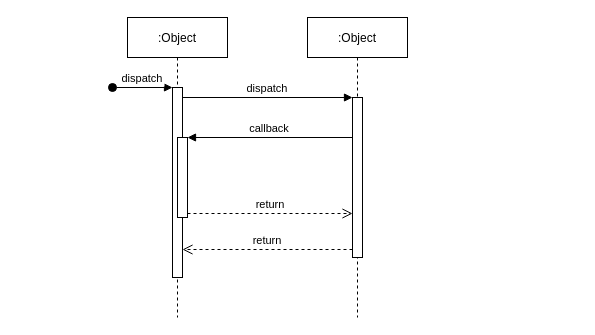
Earlier version of the draw.io diagram frontend/Untitled Diagram.drawio (wliang989/SpringBoot-Vue-SimpleDemo). Source tidied: cells renumbered, new cells numbered last; positions are measured from the earlier drawing's top-left corner, leaving out a move shared by most shapes. Both pictures are drawn from the tidied source at 100%, with x=0, y=0 at pixel (112, 17).
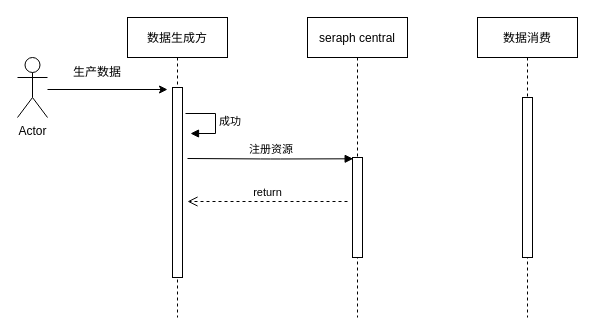
After the change.

Unchanged cells that the change refers to:
```xml
<mxCell id="3" style="points=[];perimeter=orthogonalPerimeter;rounded=0;shadow=0;strokeWidth=1;" parent="2" vertex="1">
  <mxGeometry x="45" y="70" width="10" height="190" as="geometry" />
</mxCell>
```

Change to the diagram source:
```diff
@@
-    <mxCell id="2" value=":Object" style="shape=umlLifeline;perimeter=lifelinePerimeter;rounded=0;shadow=0;strokeWidth=1;" parent="1" vertex="1">
+    <mxCell id="2" value="数据生成方" style="shape=umlLifeline;perimeter=lifelinePerimeter;rounded=0;shadow=0;strokeWidth=1;" parent="1" vertex="1">
       <mxGeometry x="15" width="100" height="300" as="geometry" />
     </mxCell>
@@
-    <mxCell id="4" value="dispatch" style="verticalAlign=bottom;startArrow=oval;endArrow=block;startSize=8;shadow=0;strokeWidth=1;" parent="2" edge="1" target="3">
-      <mxGeometry relative="1" as="geometry">
-        <mxPoint x="-15" y="70" as="sourcePoint" />
-      </mxGeometry>
-    </mxCell>
-    <mxCell id="5" style="points=[];perimeter=orthogonalPerimeter;rounded=0;shadow=0;strokeWidth=1;" parent="2" vertex="1">
-      <mxGeometry x="50" y="120" width="10" height="80" as="geometry" />
-    </mxCell>
-    <mxCell id="6" value=":Object" style="shape=umlLifeline;perimeter=lifelinePerimeter;rounded=0;shadow=0;strokeWidth=1;" parent="1" vertex="1">
+    <mxCell id="6" value="seraph central" style="shape=umlLifeline;perimeter=lifelinePerimeter;rounded=0;shadow=0;strokeWidth=1;" parent="1" vertex="1">
       <mxGeometry x="195" width="100" height="300" as="geometry" />
     </mxCell>
     <mxCell id="7" style="points=[];perimeter=orthogonalPerimeter;rounded=0;shadow=0;strokeWidth=1;" parent="6" vertex="1">
-      <mxGeometry x="45" y="80" width="10" height="160" as="geometry" />
+      <mxGeometry x="45" y="140" width="10" height="100" as="geometry" />
     </mxCell>
-    <mxCell id="8" value="return" style="verticalAlign=bottom;endArrow=open;dashed=1;endSize=8;exitX=0;exitY=0.95;shadow=0;strokeWidth=1;" parent="1" edge="1" source="7" target="3">
-      <mxGeometry relative="1" as="geometry" />
-    </mxCell>
-    <mxCell id="9" value="dispatch" style="verticalAlign=bottom;endArrow=block;entryX=0;entryY=0;shadow=0;strokeWidth=1;" parent="1" edge="1" source="3" target="7">
-      <mxGeometry relative="1" as="geometry" />
-    </mxCell>
-    <mxCell id="10" value="callback" style="verticalAlign=bottom;endArrow=block;entryX=1;entryY=0;shadow=0;strokeWidth=1;" parent="1" edge="1" source="7" target="5">
-      <mxGeometry relative="1" as="geometry" />
-    </mxCell>
-    <mxCell id="11" value="return" style="verticalAlign=bottom;endArrow=open;dashed=1;endSize=8;exitX=1;exitY=0.95;shadow=0;strokeWidth=1;" parent="1" edge="1" source="5" target="7">
-      <mxGeometry relative="1" as="geometry" />
-    </mxCell>
+    <mxCell id="12" value="数据消费" style="shape=umlLifeline;perimeter=lifelinePerimeter;rounded=0;shadow=0;strokeWidth=1;" parent="1" vertex="1">
+      <mxGeometry x="365" width="100" height="300" as="geometry" />
+    </mxCell>
+    <mxCell id="13" style="perimeter=orthogonalPerimeter;rounded=0;shadow=0;strokeWidth=1;" parent="12" vertex="1">
+      <mxGeometry x="45" y="80" width="10" height="160" as="geometry" />
+    </mxCell>
+    <mxCell id="14" value="Actor" style="shape=umlActor;verticalLabelPosition=bottom;verticalAlign=top;html=1;" parent="1" vertex="1">
+      <mxGeometry x="-95" y="40" width="30" height="60" as="geometry" />
+    </mxCell>
+    <mxCell id="15" value="生产数据" style="text;html=1;strokeColor=none;fillColor=none;align=center;verticalAlign=middle;whiteSpace=wrap;rounded=0;" parent="1" vertex="1">
+      <mxGeometry x="-45" y="45" width="60" height="20" as="geometry" />
+    </mxCell>
+    <mxCell id="16" style="endArrow=classic;html=1;" parent="1" edge="1">
+      <mxGeometry relative="1" as="geometry">
+        <mxPoint x="-65" y="72" as="sourcePoint" />
+        <mxPoint x="55" y="72" as="targetPoint" />
+      </mxGeometry>
+    </mxCell>
+    <mxCell id="17" value="成功" style="edgeStyle=orthogonalEdgeStyle;html=1;align=left;spacingLeft=2;endArrow=block;rounded=0;entryX=1;entryY=0;" parent="1" edge="1">
+      <mxGeometry relative="1" as="geometry">
+        <mxPoint x="73" y="96" as="sourcePoint" />
+        <mxPoint x="78" y="116" as="targetPoint" />
+        <Array as="points">
+          <mxPoint x="103" y="96" />
+        </Array>
+      </mxGeometry>
+    </mxCell>
+    <mxCell id="18" style="endArrow=block;endFill=1;html=1;edgeStyle=orthogonalEdgeStyle;align=left;verticalAlign=top;entryX=0.067;entryY=0.013;entryDx=0;entryDy=0;entryPerimeter=0;" parent="1" edge="1" target="7">
+      <mxGeometry x="-1" y="-19" relative="1" as="geometry">
+        <mxPoint x="75" y="141" as="sourcePoint" />
+      </mxGeometry>
+    </mxCell>
+    <mxCell id="19" value="注册资源" style="edgeLabel;html=1;align=left;verticalAlign=bottom;" parent="18" vertex="1">
+      <mxGeometry x="-1" relative="1" as="geometry">
+        <mxPoint x="60" y="-1" as="offset" />
+      </mxGeometry>
+    </mxCell>
+    <mxCell id="20" value="return" style="html=1;verticalAlign=bottom;endArrow=open;dashed=1;endSize=8;" parent="1" edge="1">
+      <mxGeometry relative="1" as="geometry">
+        <mxPoint x="235" y="184" as="sourcePoint" />
+        <mxPoint x="75" y="184" as="targetPoint" />
+      </mxGeometry>
+    </mxCell>
```
